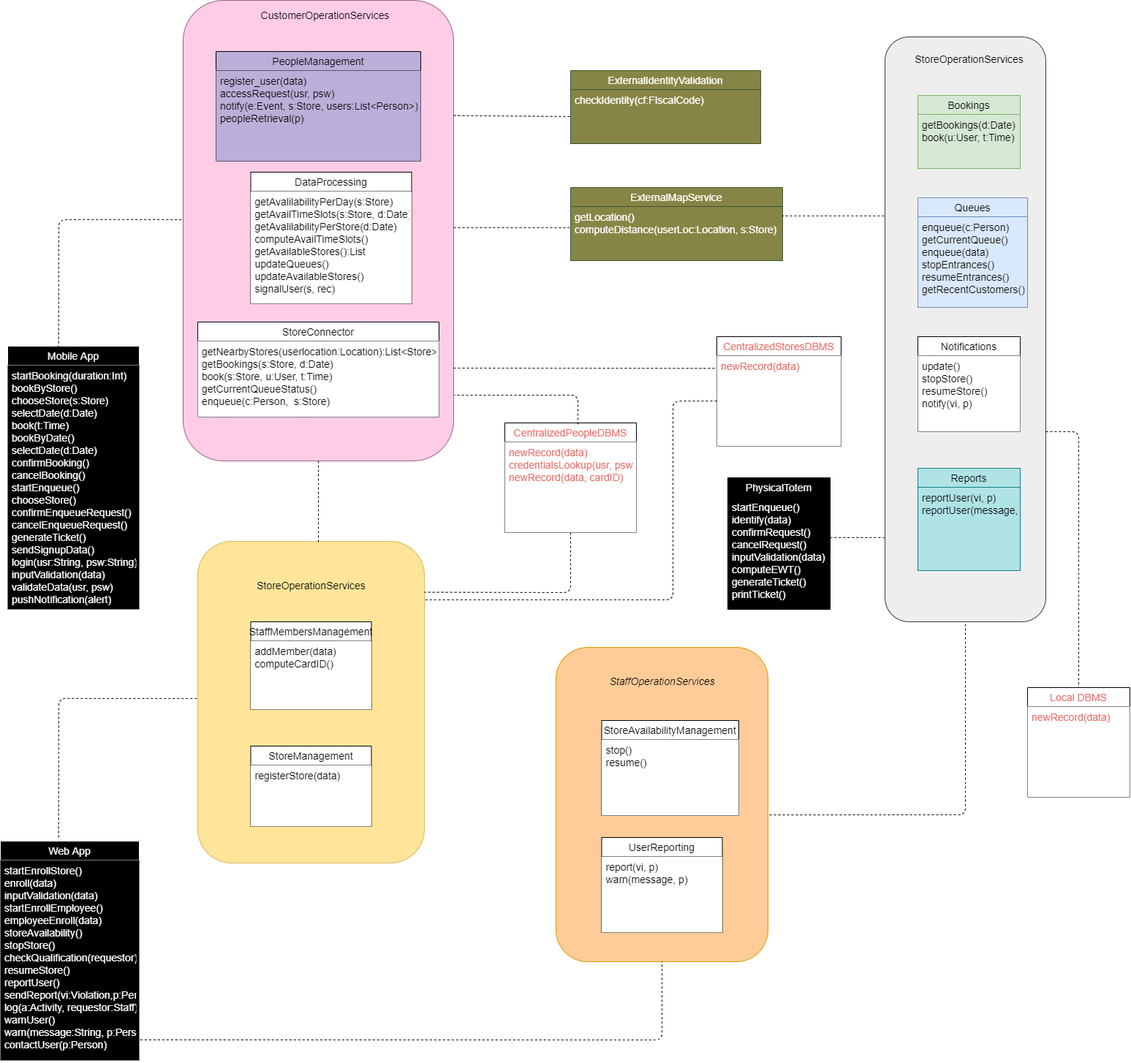
The draw.io diagram Diagrams/Component Interface.png in pollo-fritto/PozziNeroniVetere, before a commit. Source tidied: cells renumbered, new cells last; positions are measured from the earlier drawing's top-left corner, leaving out a move shared by most shapes.
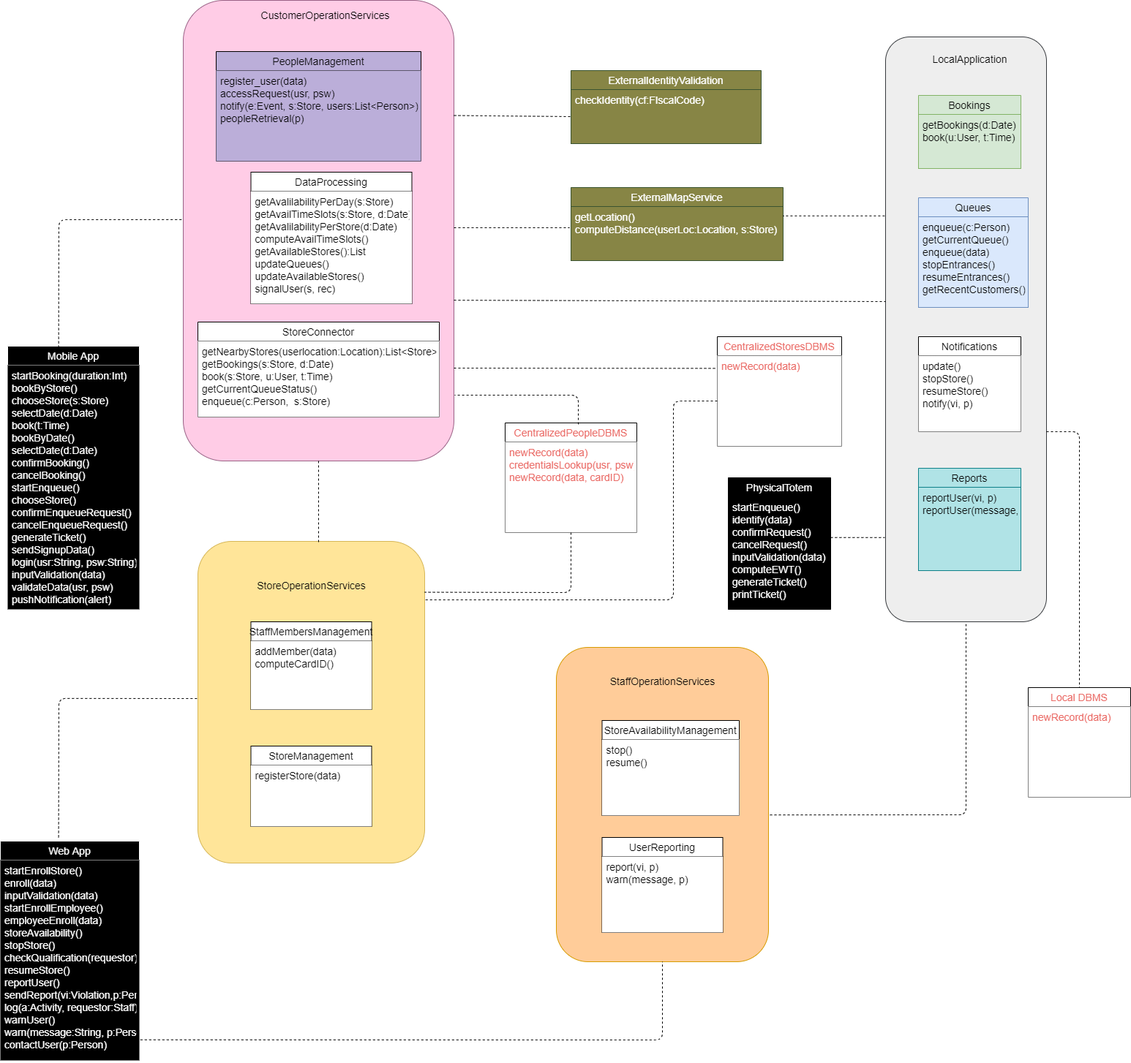
After the commit.

Change to the diagram source:
```diff
@@ -23,7 +23,7 @@
     <mxCell id="8" style="rounded=1;whiteSpace=wrap;html=1;fontSize=14;fillColor=#eeeeee;strokeColor=#36393d;" parent="1" vertex="1">
       <mxGeometry x="1210" y="50" width="220" height="800" as="geometry" />
     </mxCell>
-    <mxCell id="9" value="&lt;span style=&quot;font-size: 14px; font-weight: 400;&quot;&gt;StoreOperationServices&lt;/span&gt;" style="text;strokeColor=none;fillColor=none;html=1;fontSize=14;fontStyle=1;verticalAlign=middle;align=center;" parent="1" vertex="1">
+    <mxCell id="9" value="&lt;span style=&quot;font-size: 14px ; font-weight: 400&quot;&gt;LocalApplication&lt;/span&gt;" style="text;strokeColor=none;fillColor=none;html=1;fontSize=14;fontStyle=1;verticalAlign=middle;align=center;" parent="1" vertex="1">
       <mxGeometry x="1305" y="70" width="40" height="20" as="geometry" />
     </mxCell>
     <mxCell id="10" value="Queues" style="swimlane;fontStyle=0;horizontal=1;startSize=26;fillColor=#dae8fc;fontSize=14;strokeColor=#6c8ebf;" parent="1" vertex="1">
@@ -125,7 +125,7 @@
     <mxCell id="42" style="rounded=1;whiteSpace=wrap;html=1;fontSize=14;strokeColor=#d79b00;fillColor=#FFCC99;" parent="1" vertex="1">
       <mxGeometry x="760" y="885" width="290" height="430" as="geometry" />
     </mxCell>
-    <mxCell id="43" value="&lt;span style=&quot;font-size: 14px; font-style: italic; font-weight: 400;&quot;&gt;StaffOperationServices&lt;/span&gt;" style="text;strokeColor=none;fillColor=none;html=1;fontSize=14;fontStyle=1;verticalAlign=middle;align=center;" parent="1" vertex="1">
+    <mxCell id="43" value="&lt;span style=&quot;font-size: 14px ; font-weight: 400&quot;&gt;StaffOperationServices&lt;/span&gt;" style="text;strokeColor=none;fillColor=none;html=1;fontSize=14;fontStyle=1;verticalAlign=middle;align=center;" parent="1" vertex="1">
       <mxGeometry x="885" y="907.9" width="40" height="45.8" as="geometry" />
     </mxCell>
     <mxCell id="44" value="StoreAvailabilityManagement" style="swimlane;fontStyle=0;horizontal=1;startSize=26;fontSize=14;" parent="1" vertex="1">
@@ -227,5 +227,10 @@
         </Array>
       </mxGeometry>
     </mxCell>
+    <mxCell id="62" style="endArrow=none;dashed=1;html=1;fontSize=14;exitX=1;exitY=0.651;exitDx=0;exitDy=0;exitPerimeter=0;" parent="1" edge="1" source="2">
+      <mxGeometry relative="1" as="geometry">
+        <mxPoint x="1210" y="412" as="targetPoint" />
+      </mxGeometry>
+    </mxCell>
   </root>
 </mxGraphModel>
```
